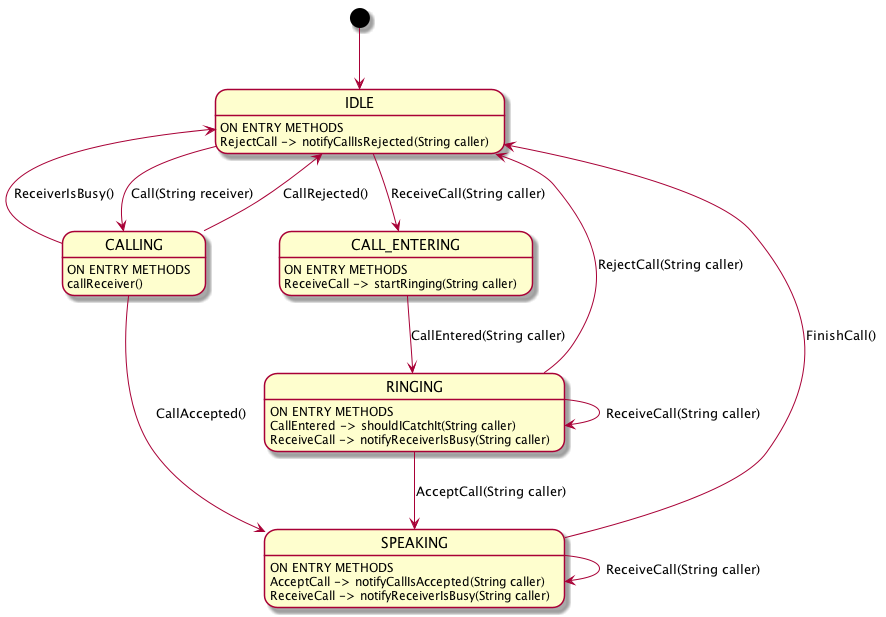
Before: samples/src/main/resources/states.png, a diagram exported from PlantUML (dovaleac/stateless4j-yaml-importer).
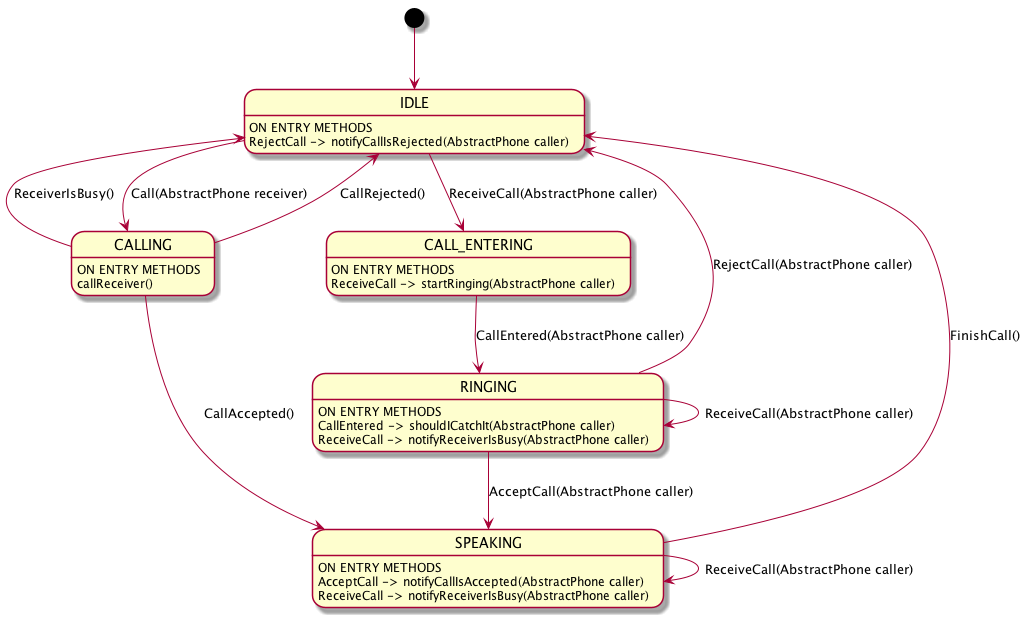
Above is the later version.

Commit message:
Samples: running tests and calculating phones diagram

Change to the diagram source:
```diff
@@ -1,26 +1,26 @@
 @startuml
 [*] --> IDLE
-IDLE --> CALL_ENTERING : ReceiveCall(String caller)
-CALL_ENTERING --> RINGING : CallEntered(String caller)
-RINGING --> IDLE : RejectCall(String caller)
-RINGING --> RINGING : ReceiveCall(String caller)
-RINGING --> SPEAKING : AcceptCall(String caller)
+IDLE --> CALL_ENTERING : ReceiveCall(AbstractPhone caller)
+CALL_ENTERING --> RINGING : CallEntered(AbstractPhone caller)
+RINGING --> IDLE : RejectCall(AbstractPhone caller)
+RINGING --> RINGING : ReceiveCall(AbstractPhone caller)
+RINGING --> SPEAKING : AcceptCall(AbstractPhone caller)
 SPEAKING --> IDLE : FinishCall()
-IDLE --> CALLING : Call(String receiver)
+IDLE --> CALLING : Call(AbstractPhone receiver)
 CALLING --> SPEAKING : CallAccepted()
-SPEAKING --> SPEAKING : ReceiveCall(String caller)
+SPEAKING --> SPEAKING : ReceiveCall(AbstractPhone caller)
 CALLING --> IDLE : CallRejected()
 CALLING --> IDLE : ReceiverIsBusy()
 IDLE: ON ENTRY METHODS
-IDLE: RejectCall -> notifyCallIsRejected(String caller)
+IDLE: RejectCall -> notifyCallIsRejected(AbstractPhone caller)
 CALL_ENTERING: ON ENTRY METHODS
-CALL_ENTERING: ReceiveCall -> startRinging(String caller)
+CALL_ENTERING: ReceiveCall -> startRinging(AbstractPhone caller)
 RINGING: ON ENTRY METHODS
-RINGING: CallEntered -> shouldICatchIt(String caller)
-RINGING: ReceiveCall -> notifyReceiverIsBusy(String caller)
+RINGING: CallEntered -> shouldICatchIt(AbstractPhone caller)
+RINGING: ReceiveCall -> notifyReceiverIsBusy(AbstractPhone caller)
 CALLING: ON ENTRY METHODS
 CALLING: callReceiver()
 SPEAKING: ON ENTRY METHODS
-SPEAKING: AcceptCall -> notifyCallIsAccepted(String caller)
-SPEAKING: ReceiveCall -> notifyReceiverIsBusy(String caller)
+SPEAKING: AcceptCall -> notifyCallIsAccepted(AbstractPhone caller)
+SPEAKING: ReceiveCall -> notifyReceiverIsBusy(AbstractPhone caller)
 @enduml
```
